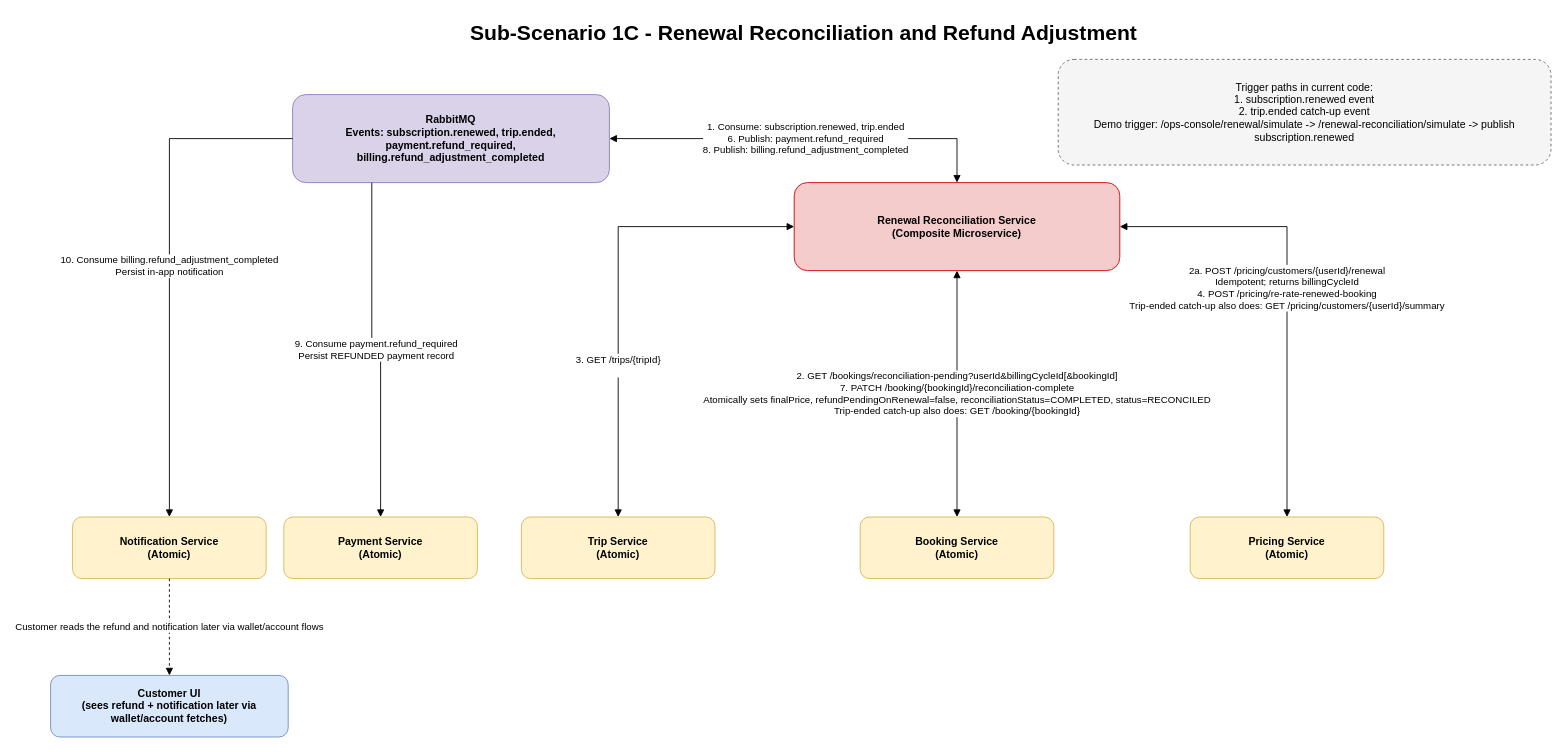
srikartejab/fleetshare keeps this draw.io diagram as docs/report/us1c-Renewal-Reconciliation.drawio. Above is the earlier version. Source tidied: cells renumbered, new cells numbered last; positions are measured from the earlier drawing's top-left corner, leaving out a move shared by most shapes. Both pictures are drawn from the tidied source at 88%, with x=0, y=0 at pixel (50, 15).
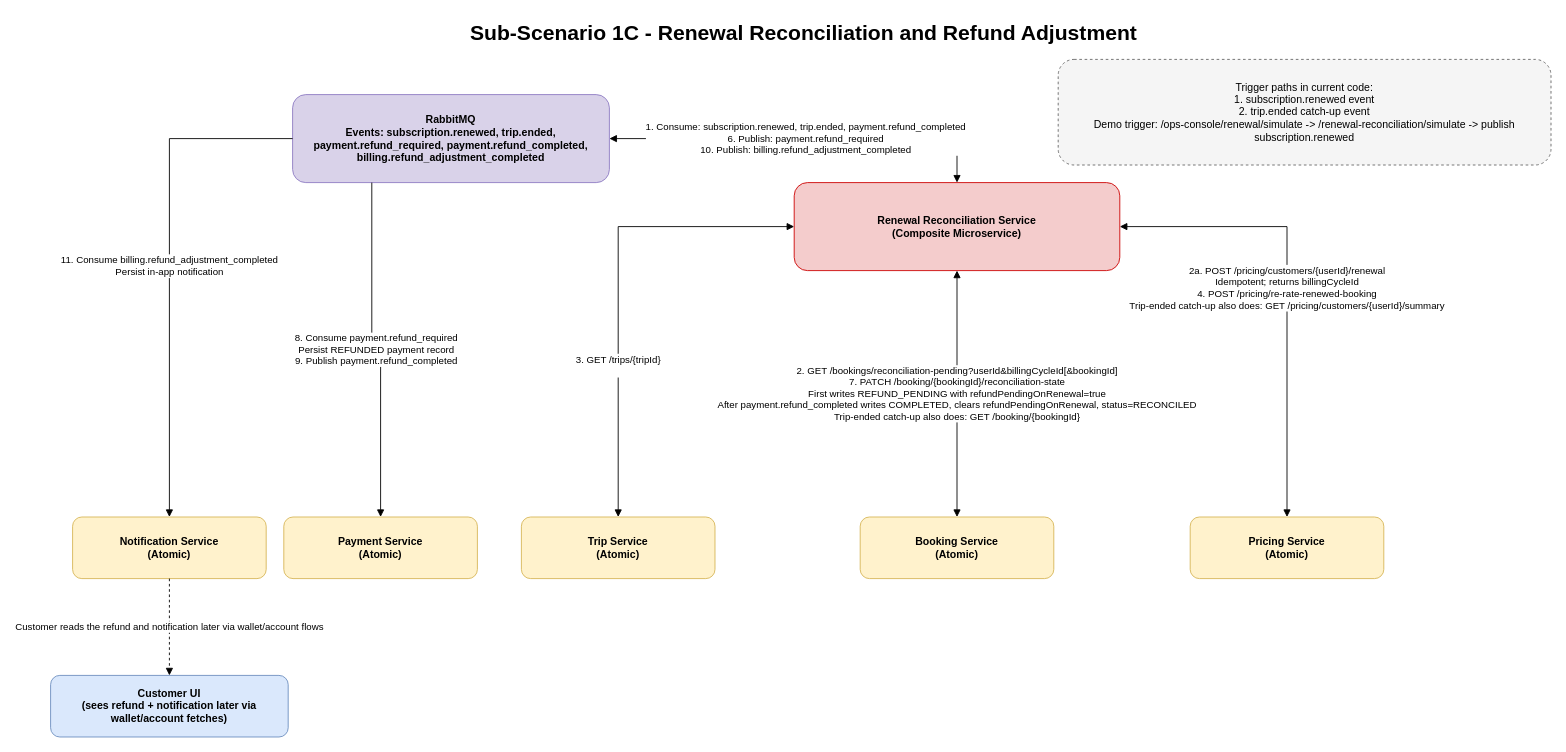
Above is the later version.

Change to the diagram source:
```diff
@@
 <mxGraphModel>
   <root>
     <mxCell id="0" />
     <mxCell id="1" parent="0" />
     <mxCell id="2" value="Sub-Scenario 1C - Renewal Reconciliation and Refund Adjustment" style="text;html=1;strokeColor=none;fillColor=none;align=left;verticalAlign=middle;fontSize=24;fontStyle=1;" parent="1" vertex="1">
       <mxGeometry x="475" width="830" height="40" as="geometry" />
     </mxCell>
-    <mxCell id="3" value="RabbitMQ&#10;Events: subscription.renewed, trip.ended,&#10;payment.refund_required, billing.refund_adjustment_completed" style="rounded=1;whiteSpace=wrap;html=1;fillColor=#d9d2e9;strokeColor=#8e7cc3;fontStyle=1;" parent="1" vertex="1">
+    <mxCell id="3" value="RabbitMQ&#10;Events: subscription.renewed, trip.ended,&#10;payment.refund_required, payment.refund_completed,&#10;billing.refund_adjustment_completed" style="rounded=1;whiteSpace=wrap;html=1;fillColor=#d9d2e9;strokeColor=#8e7cc3;fontStyle=1;" parent="1" vertex="1">
       <mxGeometry x="275" y="90" width="360" height="100" as="geometry" />
     </mxCell>
     <mxCell id="4" value="Renewal Reconciliation Service&#10;(Composite Microservice)" style="rounded=1;whiteSpace=wrap;html=1;fillColor=#f4cccc;strokeColor=#cc0000;fontStyle=1;" parent="1" vertex="1">
       <mxGeometry x="845" y="190" width="370" height="100" as="geometry" />
     </mxCell>
     <mxCell id="5" value="Booking Service&#10;(Atomic)" style="rounded=1;whiteSpace=wrap;html=1;fillColor=#fff2cc;strokeColor=#d6b656;fontStyle=1;" parent="1" vertex="1">
       <mxGeometry x="920" y="570" width="220" height="70" as="geometry" />
     </mxCell>
     <mxCell id="6" value="Trip Service&#10;(Atomic)" style="rounded=1;whiteSpace=wrap;html=1;fillColor=#fff2cc;strokeColor=#d6b656;fontStyle=1;" parent="1" vertex="1">
       <mxGeometry x="535" y="570" width="220" height="70" as="geometry" />
     </mxCell>
     <mxCell id="7" value="Pricing Service&#10;(Atomic)" style="rounded=1;whiteSpace=wrap;html=1;fillColor=#fff2cc;strokeColor=#d6b656;fontStyle=1;" parent="1" vertex="1">
       <mxGeometry x="1295" y="570" width="220" height="70" as="geometry" />
     </mxCell>
     <mxCell id="8" value="Payment Service&#10;(Atomic)" style="rounded=1;whiteSpace=wrap;html=1;fillColor=#fff2cc;strokeColor=#d6b656;fontStyle=1;" parent="1" vertex="1">
       <mxGeometry x="265" y="570" width="220" height="70" as="geometry" />
     </mxCell>
     <mxCell id="9" value="Notification Service&#10;(Atomic)" style="rounded=1;whiteSpace=wrap;html=1;fillColor=#fff2cc;strokeColor=#d6b656;fontStyle=1;" parent="1" vertex="1">
       <mxGeometry x="25" y="570" width="220" height="70" as="geometry" />
     </mxCell>
     <mxCell id="10" value="Customer UI&#10;(sees refund + notification later via wallet/account fetches)" style="rounded=1;whiteSpace=wrap;html=1;fillColor=#dae8fc;strokeColor=#6c8ebf;fontStyle=1;" parent="1" vertex="1">
       <mxGeometry y="750" width="270" height="70" as="geometry" />
     </mxCell>
     <mxCell id="11" value="Trigger paths in current code:&#10;1. subscription.renewed event&#10;2. trip.ended catch-up event&#10;Demo trigger: /ops-console/renewal/simulate -&gt; /renewal-reconciliation/simulate -&gt; publish subscription.renewed" style="rounded=1;whiteSpace=wrap;html=1;fillColor=#f5f5f5;strokeColor=#666666;dashed=1;" parent="1" vertex="1">
       <mxGeometry x="1145" y="50" width="560" height="120" as="geometry" />
     </mxCell>
-    <mxCell id="12" value="1. Consume: subscription.renewed, trip.ended&#10;6. Publish: payment.refund_required&#10;8. Publish: billing.refund_adjustment_completed" style="edgeStyle=orthogonalEdgeStyle;rounded=0;jettySize=auto;html=1;startArrow=block;endArrow=block;entryX=0.5;entryY=0;entryDx=0;entryDy=0;" parent="1" edge="1" source="3" target="4">
+    <mxCell id="12" value="1. Consume: subscription.renewed, trip.ended, payment.refund_completed&#10;6. Publish: payment.refund_required&#10;10. Publish: billing.refund_adjustment_completed" style="edgeStyle=orthogonalEdgeStyle;rounded=0;jettySize=auto;html=1;startArrow=block;endArrow=block;entryX=0.5;entryY=0;entryDx=0;entryDy=0;" parent="1" edge="1" source="3" target="4">
       <mxGeometry relative="1" as="geometry" />
     </mxCell>
-    <mxCell id="13" value="2. GET /bookings/reconciliation-pending?userId&amp;billingCycleId[&amp;bookingId]&#10;7. PATCH /booking/{bookingId}/reconciliation-complete&#10;Atomically sets finalPrice, refundPendingOnRenewal=false, reconciliationStatus=COMPLETED, status=RECONCILED&#10;Trip-ended catch-up also does: GET /booking/{bookingId}" style="edgeStyle=orthogonalEdgeStyle;rounded=0;jettySize=auto;html=1;startArrow=block;endArrow=block;" parent="1" edge="1" source="4" target="5">
+    <mxCell id="13" value="2. GET /bookings/reconciliation-pending?userId&amp;billingCycleId[&amp;bookingId]&#10;7. PATCH /booking/{bookingId}/reconciliation-state&#10;First writes REFUND_PENDING with refundPendingOnRenewal=true&#10;After payment.refund_completed writes COMPLETED, clears refundPendingOnRenewal, status=RECONCILED&#10;Trip-ended catch-up also does: GET /booking/{bookingId}" style="edgeStyle=orthogonalEdgeStyle;rounded=0;jettySize=auto;html=1;startArrow=block;endArrow=block;" parent="1" edge="1" source="4" target="5">
       <mxGeometry relative="1" as="geometry" />
     </mxCell>
     <mxCell id="14" value="3. GET /trips/{tripId}&lt;div&gt;&lt;br/&gt;&lt;/div&gt;" style="edgeStyle=orthogonalEdgeStyle;rounded=0;jettySize=auto;html=1;startArrow=block;endArrow=block;" parent="1" edge="1" source="4" target="6">
       <mxGeometry x="0.35" relative="1" as="geometry" />
     </mxCell>
     <mxCell id="15" value="2a. POST /pricing/customers/{userId}/renewal&#10;Idempotent; returns billingCycleId&#10;4. POST /pricing/re-rate-renewed-booking&#10;Trip-ended catch-up also does: GET /pricing/customers/{userId}/summary" style="edgeStyle=orthogonalEdgeStyle;rounded=0;jettySize=auto;html=1;startArrow=block;endArrow=block;" parent="1" edge="1" source="4" target="7">
       <mxGeometry relative="1" as="geometry" />
     </mxCell>
-    <mxCell id="16" value="9. Consume payment.refund_required&#10;Persist REFUNDED payment record" style="edgeStyle=orthogonalEdgeStyle;rounded=0;jettySize=auto;html=1;endArrow=block;exitX=0.25;exitY=1;exitDx=0;exitDy=0;" parent="1" edge="1" source="3" target="8">
+    <mxCell id="16" value="8. Consume payment.refund_required&#10;Persist REFUNDED payment record&#10;9. Publish payment.refund_completed" style="edgeStyle=orthogonalEdgeStyle;rounded=0;jettySize=auto;html=1;endArrow=block;exitX=0.25;exitY=1;exitDx=0;exitDy=0;" parent="1" edge="1" source="3" target="8">
       <mxGeometry relative="1" as="geometry" />
     </mxCell>
-    <mxCell id="17" value="10. Consume billing.refund_adjustment_completed&#10;Persist in-app notification" style="edgeStyle=orthogonalEdgeStyle;rounded=0;jettySize=auto;html=1;endArrow=block;" parent="1" edge="1" source="3" target="9">
+    <mxCell id="17" value="11. Consume billing.refund_adjustment_completed&#10;Persist in-app notification" style="edgeStyle=orthogonalEdgeStyle;rounded=0;jettySize=auto;html=1;endArrow=block;" parent="1" edge="1" source="3" target="9">
       <mxGeometry relative="1" as="geometry" />
     </mxCell>
     <mxCell id="18" value="Customer reads the refund and notification later via wallet/account flows" style="edgeStyle=orthogonalEdgeStyle;rounded=0;jettySize=auto;html=1;endArrow=block;dashed=1;" parent="1" edge="1" source="9" target="10">
       <mxGeometry relative="1" as="geometry" />
     </mxCell>
   </root>
 </mxGraphModel>
```
